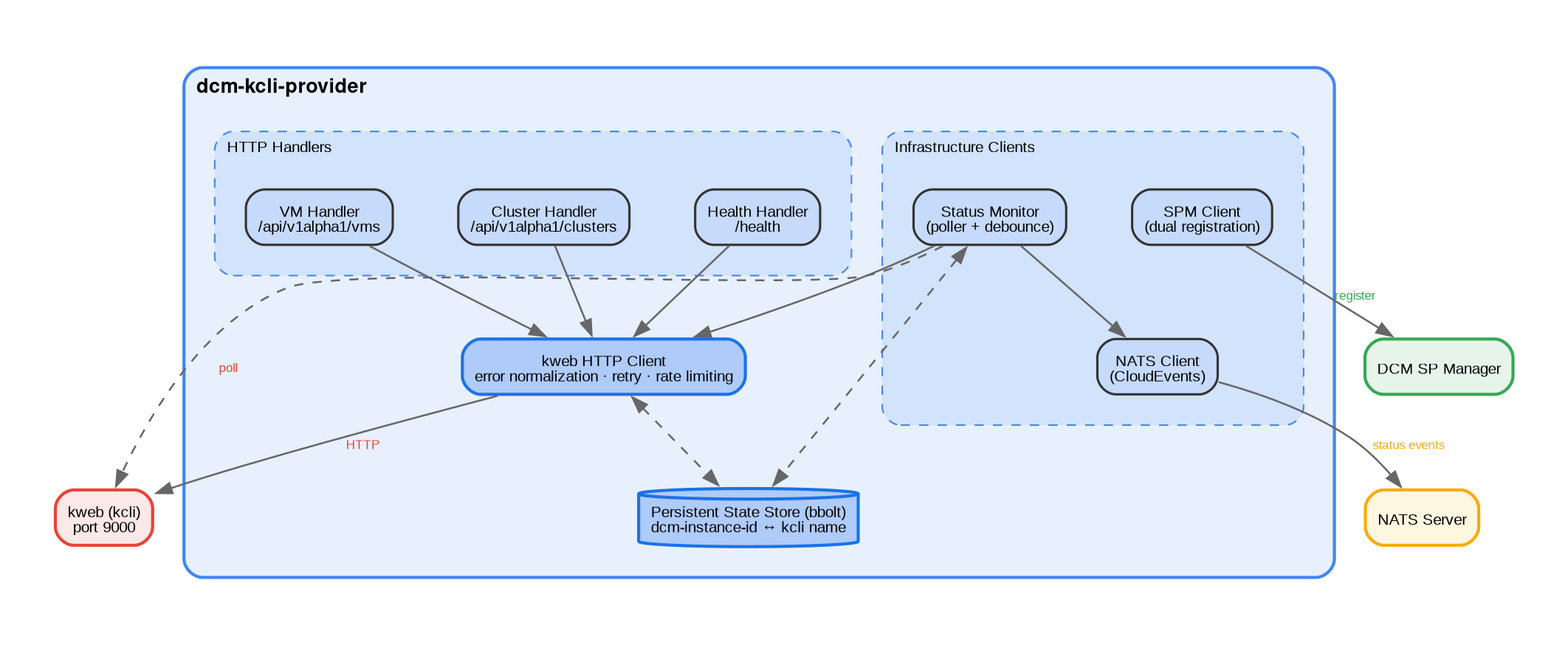
Before: docs/component-architecture.png, a diagram exported from Graphviz (pgarciaq/dcm-kcli-provider). Its source is kept beside it as docs/component-architecture.dot.
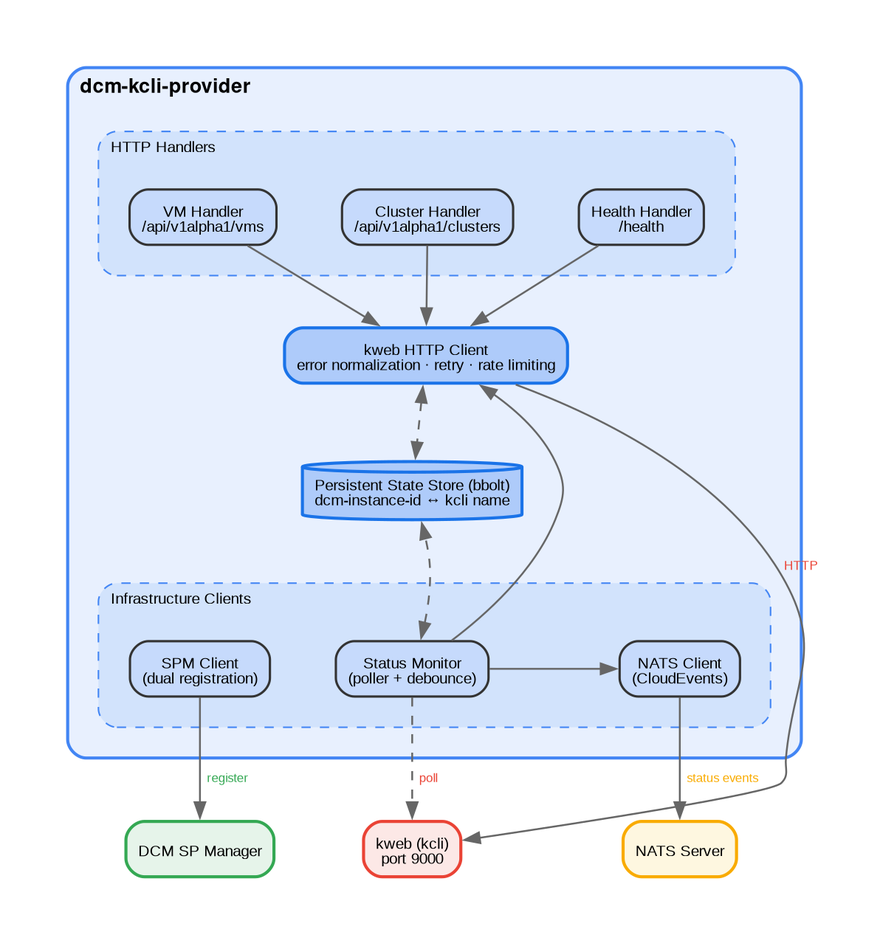
The same diagram one commit later.

Commit message:
Move kweb under Status Monitor in component diagram

Restructure rank constraints so the infra clients row (SPM Client,
Status Monitor, NATS Client) sits below the state store, with external
systems (DCM SP Manager, kweb, NATS Server) directly beneath their
corresponding internal clients. Minimizes edge crossings.

Made-with: Cursor

Diff of the diagram source:
```diff
@@ -5,6 +5,7 @@
     pad=0.5
     nodesep=0.6
     ranksep=0.7
+    newrank=true
 
     node [
         fontname="Helvetica"
@@ -124,12 +125,17 @@
 
     kweb_client -> store [dir=both style=dashed]
 
-    monitor -> kweb_client
-    monitor -> store [dir=both style=dashed]
-    monitor -> nats_client
+    store -> monitor [style=invis]
+    store -> spm_client [style=invis]
+
+    monitor -> kweb_client [constraint=false]
+    monitor -> store [dir=both style=dashed constraint=false]
+    monitor -> nats_client [constraint=false]
 
     spm_client -> dcm_spm [label="  register  " fontcolor="#34a853"]
-    kweb_client -> kweb [label="  HTTP  " fontcolor="#ea4335"]
-    monitor -> kweb [label="  poll  " fontcolor="#ea4335" style=dashed]
+    kweb_client -> kweb [label="  HTTP  " fontcolor="#ea4335" constraint=false]
+    monitor -> kweb [label="  poll  " fontcolor="#ea4335" style=dashed weight=10]
     nats_client -> nats [label="  status events  " fontcolor="#f9ab00"]
+
+    { rank=same; spm_client; monitor; nats_client }
 }
```
